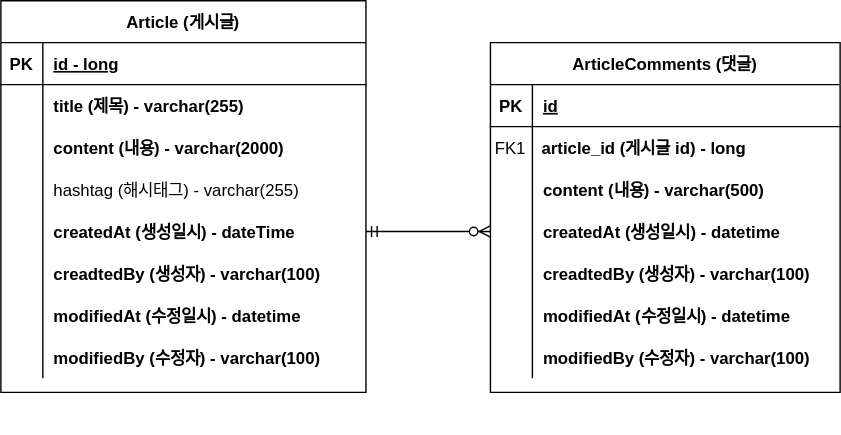
Above: document/project-board-erd.svg in waonderboy/project-board-spring (draw.io), before the change. Source tidied: cells renumbered, new cells last; positions are measured from the earlier drawing's top-left corner, leaving out a move shared by most shapes.
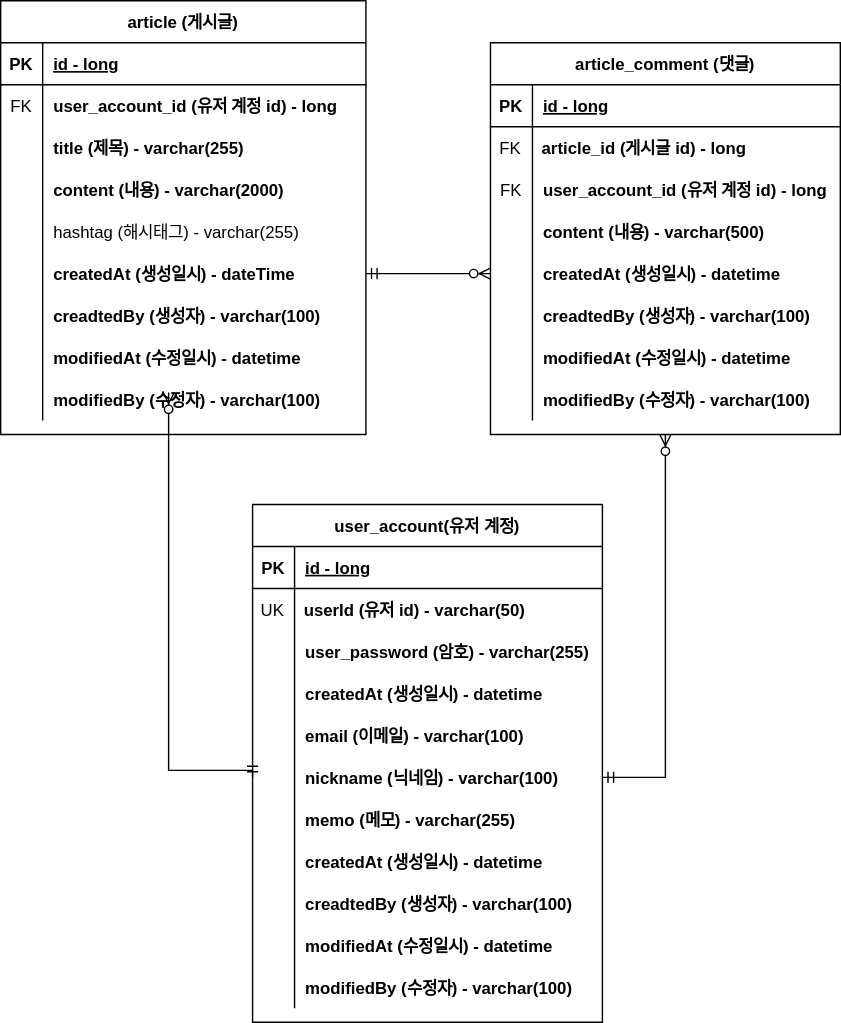
Above is the later version.

Commit message:
ERD 유저계정 테이블 추가

Diff of the diagram source:
```diff
@@ -2,8 +2,8 @@
   <root>
     <mxCell id="0" />
     <mxCell id="1" parent="0" />
-    <mxCell id="2" value="Article (게시글)" style="shape=table;startSize=30;rowLines=0;fontStyle=1;align=center;" parent="1" vertex="1">
-      <mxGeometry width="261" height="280" as="geometry" />
+    <mxCell id="2" value="article (게시글)" style="shape=table;startSize=30;rowLines=0;fontStyle=1;align=center;" parent="1" vertex="1">
+      <mxGeometry width="261" height="310" as="geometry" />
     </mxCell>
     <mxCell id="3" style="shape=partialRectangle;fillColor=none;top=0;left=0;right=0;bottom=1;" parent="2" vertex="1">
       <mxGeometry y="30" width="261" height="30" as="geometry" />
@@ -17,14 +17,23 @@
     <mxCell id="6" style="shape=partialRectangle;fillColor=none;top=0;left=0;right=0;bottom=0;fontStyle=1;" parent="2" vertex="1">
       <mxGeometry y="60" width="261" height="30" as="geometry" />
     </mxCell>
-    <mxCell id="7" style="shape=partialRectangle;overflow=hidden;fillColor=none;top=0;left=0;bottom=0;right=0;" parent="6" vertex="1">
+    <mxCell id="7" value="FK" style="shape=partialRectangle;overflow=hidden;fillColor=none;top=0;left=0;bottom=0;right=0;" parent="6" vertex="1">
       <mxGeometry width="30" height="30" as="geometry" />
     </mxCell>
-    <mxCell id="8" value="title (제목) - varchar(255)" style="shape=partialRectangle;overflow=hidden;fillColor=none;top=0;left=0;bottom=0;right=0;align=left;spacingLeft=6;fontStyle=1;" parent="6" vertex="1">
+    <mxCell id="8" value="user_account_id (유저 계정 id) - long" style="shape=partialRectangle;overflow=hidden;fillColor=none;top=0;left=0;bottom=0;right=0;align=left;spacingLeft=6;fontStyle=1;" parent="6" vertex="1">
       <mxGeometry x="30" width="231" height="30" as="geometry" />
     </mxCell>
+    <mxCell id="54" style="shape=partialRectangle;fillColor=none;top=0;left=0;right=0;bottom=0;fontStyle=1;" parent="2" vertex="1">
+      <mxGeometry y="90" width="261" height="30" as="geometry" />
+    </mxCell>
+    <mxCell id="55" style="shape=partialRectangle;overflow=hidden;fillColor=none;top=0;left=0;bottom=0;right=0;" parent="54" vertex="1">
+      <mxGeometry width="30" height="30" as="geometry" />
+    </mxCell>
+    <mxCell id="56" value="title (제목) - varchar(255)" style="shape=partialRectangle;overflow=hidden;fillColor=none;top=0;left=0;bottom=0;right=0;align=left;spacingLeft=6;fontStyle=1;" parent="54" vertex="1">
+      <mxGeometry x="30" width="231" height="30" as="geometry" />
+    </mxCell>
     <mxCell id="9" style="shape=partialRectangle;fillColor=none;top=0;left=0;right=0;bottom=0;" parent="2" vertex="1">
-      <mxGeometry y="90" width="261" height="30" as="geometry" />
+      <mxGeometry y="120" width="261" height="30" as="geometry" />
     </mxCell>
     <mxCell id="10" style="shape=partialRectangle;overflow=hidden;fillColor=none;top=0;left=0;bottom=0;right=0;" parent="9" vertex="1">
       <mxGeometry width="30" height="30" as="geometry" />
@@ -33,7 +42,7 @@
       <mxGeometry x="30" width="231" height="30" as="geometry" />
     </mxCell>
     <mxCell id="12" style="shape=partialRectangle;fillColor=none;top=0;left=0;right=0;bottom=0;" parent="2" vertex="1">
-      <mxGeometry y="120" width="261" height="30" as="geometry" />
+      <mxGeometry y="150" width="261" height="30" as="geometry" />
     </mxCell>
     <mxCell id="13" style="shape=partialRectangle;overflow=hidden;fillColor=none;top=0;left=0;bottom=0;right=0;" parent="12" vertex="1">
       <mxGeometry width="30" height="30" as="geometry" />
@@ -42,7 +51,7 @@
       <mxGeometry x="30" width="231" height="30" as="geometry" />
     </mxCell>
     <mxCell id="15" style="shape=partialRectangle;fillColor=none;points=[[0,0.5],[1,0.5]];portConstraint=eastwest;top=0;left=0;right=0;bottom=0;" parent="2" vertex="1">
-      <mxGeometry y="150" width="261" height="30" as="geometry" />
+      <mxGeometry y="180" width="261" height="30" as="geometry" />
     </mxCell>
     <mxCell id="16" style="shape=partialRectangle;overflow=hidden;fillColor=none;top=0;left=0;bottom=0;right=0;" parent="15" vertex="1">
       <mxGeometry width="30" height="30" as="geometry" />
@@ -51,7 +60,7 @@
       <mxGeometry x="30" width="231" height="30" as="geometry" />
     </mxCell>
     <mxCell id="18" style="shape=partialRectangle;fillColor=none;top=0;left=0;right=0;bottom=0;" parent="2" vertex="1">
-      <mxGeometry y="180" width="261" height="30" as="geometry" />
+      <mxGeometry y="210" width="261" height="30" as="geometry" />
     </mxCell>
     <mxCell id="19" style="shape=partialRectangle;overflow=hidden;fillColor=none;top=0;left=0;bottom=0;right=0;" parent="18" vertex="1">
       <mxGeometry width="30" height="30" as="geometry" />
@@ -60,7 +69,7 @@
       <mxGeometry x="30" width="231" height="30" as="geometry" />
     </mxCell>
     <mxCell id="21" style="shape=partialRectangle;fillColor=none;top=0;left=0;right=0;bottom=0;" parent="2" vertex="1">
-      <mxGeometry y="210" width="261" height="30" as="geometry" />
+      <mxGeometry y="240" width="261" height="30" as="geometry" />
     </mxCell>
     <mxCell id="22" style="shape=partialRectangle;overflow=hidden;fillColor=none;top=0;left=0;bottom=0;right=0;" parent="21" vertex="1">
       <mxGeometry width="30" height="30" as="geometry" />
@@ -69,7 +78,7 @@
       <mxGeometry x="30" width="231" height="30" as="geometry" />
     </mxCell>
     <mxCell id="24" style="shape=partialRectangle;fillColor=none;top=0;left=0;right=0;bottom=0;" parent="2" vertex="1">
-      <mxGeometry y="240" width="261" height="30" as="geometry" />
+      <mxGeometry y="270" width="261" height="30" as="geometry" />
     </mxCell>
     <mxCell id="25" style="shape=partialRectangle;overflow=hidden;fillColor=none;top=0;left=0;bottom=0;right=0;" parent="24" vertex="1">
       <mxGeometry width="30" height="30" as="geometry" />
@@ -80,8 +89,8 @@
     <mxCell id="27" style="group;" parent="1" vertex="1">
       <mxGeometry x="350" y="30" width="250" height="280" as="geometry" />
     </mxCell>
-    <mxCell id="28" value="ArticleComments (댓글)" style="shape=table;startSize=30;rowLines=0;fontStyle=1;align=center;" parent="27" vertex="1">
-      <mxGeometry width="250" height="250" as="geometry" />
+    <mxCell id="28" value="article_comment (댓글)" style="shape=table;startSize=30;rowLines=0;fontStyle=1;align=center;" parent="27" vertex="1">
+      <mxGeometry width="250" height="280" as="geometry" />
     </mxCell>
     <mxCell id="29" style="shape=partialRectangle;fillColor=none;top=0;left=0;right=0;bottom=1;" parent="28" vertex="1">
       <mxGeometry y="30" width="250" height="30" as="geometry" />
@@ -89,7 +98,7 @@
     <mxCell id="30" value="PK" style="shape=partialRectangle;overflow=hidden;fillColor=none;top=0;left=0;bottom=0;right=0;fontStyle=1;" parent="29" vertex="1">
       <mxGeometry width="30" height="30" as="geometry" />
     </mxCell>
-    <mxCell id="31" value="id" style="shape=partialRectangle;overflow=hidden;fillColor=none;top=0;left=0;bottom=0;right=0;align=left;spacingLeft=6;fontStyle=5;" parent="29" vertex="1">
+    <mxCell id="31" value="id - long" style="shape=partialRectangle;overflow=hidden;fillColor=none;top=0;left=0;bottom=0;right=0;align=left;spacingLeft=6;fontStyle=5;" parent="29" vertex="1">
       <mxGeometry x="30" width="220" height="30" as="geometry" />
     </mxCell>
     <mxCell id="32" style="shape=partialRectangle;fillColor=none;top=0;left=0;right=0;bottom=0;" parent="28" vertex="1">
@@ -104,14 +113,23 @@
     <mxCell id="35" style="shape=partialRectangle;fillColor=none;top=0;left=0;right=0;bottom=0;" parent="28" vertex="1">
       <mxGeometry y="90" width="250" height="30" as="geometry" />
     </mxCell>
-    <mxCell id="36" style="shape=partialRectangle;overflow=hidden;fillColor=none;top=0;left=0;bottom=0;right=0;" parent="35" vertex="1">
+    <mxCell id="36" value="FK" style="shape=partialRectangle;overflow=hidden;fillColor=none;top=0;left=0;bottom=0;right=0;" parent="35" vertex="1">
       <mxGeometry width="30" height="30" as="geometry" />
     </mxCell>
-    <mxCell id="37" value="content (내용) - varchar(500)" style="shape=partialRectangle;overflow=hidden;fillColor=none;top=0;left=0;bottom=0;right=0;align=left;spacingLeft=6;fontStyle=1;" parent="35" vertex="1">
+    <mxCell id="37" value="user_account_id (유저 계정 id) - long" style="shape=partialRectangle;overflow=hidden;fillColor=none;top=0;left=0;bottom=0;right=0;align=left;spacingLeft=6;fontStyle=1;" parent="35" vertex="1">
       <mxGeometry x="30" width="220" height="30" as="geometry" />
     </mxCell>
+    <mxCell id="57" style="shape=partialRectangle;fillColor=none;top=0;left=0;right=0;bottom=0;" parent="28" vertex="1">
+      <mxGeometry y="120" width="250" height="30" as="geometry" />
+    </mxCell>
+    <mxCell id="58" style="shape=partialRectangle;overflow=hidden;fillColor=none;top=0;left=0;bottom=0;right=0;" parent="57" vertex="1">
+      <mxGeometry width="30" height="30" as="geometry" />
+    </mxCell>
+    <mxCell id="59" value="content (내용) - varchar(500)" style="shape=partialRectangle;overflow=hidden;fillColor=none;top=0;left=0;bottom=0;right=0;align=left;spacingLeft=6;fontStyle=1;" parent="57" vertex="1">
+      <mxGeometry x="30" width="220" height="30" as="geometry" />
+    </mxCell>
     <mxCell id="38" style="shape=partialRectangle;fillColor=none;points=[[0,0.5],[1,0.5]];portConstraint=eastwest;top=0;left=0;right=0;bottom=0;" parent="28" vertex="1">
-      <mxGeometry y="120" width="250" height="30" as="geometry" />
+      <mxGeometry y="150" width="250" height="30" as="geometry" />
     </mxCell>
     <mxCell id="39" style="shape=partialRectangle;overflow=hidden;fillColor=none;top=0;left=0;bottom=0;right=0;" parent="38" vertex="1">
       <mxGeometry width="30" height="30" as="geometry" />
@@ -120,7 +138,7 @@
       <mxGeometry x="30" width="220" height="30" as="geometry" />
     </mxCell>
     <mxCell id="41" style="shape=partialRectangle;fillColor=none;top=0;left=0;right=0;bottom=0;" parent="28" vertex="1">
-      <mxGeometry y="150" width="250" height="30" as="geometry" />
+      <mxGeometry y="180" width="250" height="30" as="geometry" />
     </mxCell>
     <mxCell id="42" style="shape=partialRectangle;overflow=hidden;fillColor=none;top=0;left=0;bottom=0;right=0;" parent="41" vertex="1">
       <mxGeometry width="30" height="30" as="geometry" />
@@ -129,7 +147,7 @@
       <mxGeometry x="30" width="220" height="30" as="geometry" />
     </mxCell>
     <mxCell id="44" style="shape=partialRectangle;fillColor=none;top=0;left=0;right=0;bottom=0;" parent="28" vertex="1">
-      <mxGeometry y="180" width="250" height="30" as="geometry" />
+      <mxGeometry y="210" width="250" height="30" as="geometry" />
     </mxCell>
     <mxCell id="45" style="shape=partialRectangle;overflow=hidden;fillColor=none;top=0;left=0;bottom=0;right=0;" parent="44" vertex="1">
       <mxGeometry width="30" height="30" as="geometry" />
@@ -138,7 +156,7 @@
       <mxGeometry x="30" width="220" height="30" as="geometry" />
     </mxCell>
     <mxCell id="47" style="shape=partialRectangle;fillColor=none;top=0;left=0;right=0;bottom=0;" parent="28" vertex="1">
-      <mxGeometry y="210" width="250" height="30" as="geometry" />
+      <mxGeometry y="240" width="250" height="30" as="geometry" />
     </mxCell>
     <mxCell id="48" style="shape=partialRectangle;overflow=hidden;fillColor=none;top=0;left=0;bottom=0;right=0;" parent="47" vertex="1">
       <mxGeometry width="30" height="30" as="geometry" />
@@ -149,7 +167,7 @@
     <mxCell id="50" style="shape=partialRectangle;fillColor=none;top=0;left=0;right=0;bottom=0;" parent="27" vertex="1">
       <mxGeometry y="60" width="250" height="30" as="geometry" />
     </mxCell>
-    <mxCell id="51" value="FK1" style="shape=partialRectangle;overflow=hidden;fillColor=none;top=0;left=0;bottom=0;right=0;" parent="50" vertex="1">
+    <mxCell id="51" value="FK" style="shape=partialRectangle;overflow=hidden;fillColor=none;top=0;left=0;bottom=0;right=0;" parent="50" vertex="1">
       <mxGeometry width="29" height="30" as="geometry" />
     </mxCell>
     <mxCell id="52" value="article_id (게시글 id) - long" style="shape=partialRectangle;overflow=hidden;fillColor=none;top=0;left=0;bottom=0;right=0;align=left;spacingLeft=6;fontStyle=1;" parent="50" vertex="1">
@@ -158,5 +176,130 @@
     <mxCell id="53" style="edgeStyle=entityRelationEdgeStyle;fontSize=12;html=1;endArrow=ERzeroToMany;startArrow=ERmandOne;rounded=0;entryX=0;entryY=0.5;entryDx=0;entryDy=0;exitX=1;exitY=0.5;exitDx=0;exitDy=0;" parent="1" edge="1" source="15" target="38">
       <mxGeometry relative="1" as="geometry" />
     </mxCell>
+    <mxCell id="60" style="group;" parent="1" vertex="1">
+      <mxGeometry x="180" y="360" width="250" height="280" as="geometry" />
+    </mxCell>
+    <mxCell id="61" value="user_account(유저 계정)" style="shape=table;startSize=30;rowLines=0;fontStyle=1;align=center;" parent="60" vertex="1">
+      <mxGeometry width="250" height="370" as="geometry" />
+    </mxCell>
+    <mxCell id="62" style="shape=partialRectangle;fillColor=none;top=0;left=0;right=0;bottom=1;" parent="61" vertex="1">
+      <mxGeometry y="30" width="250" height="30" as="geometry" />
+    </mxCell>
+    <mxCell id="63" value="PK" style="shape=partialRectangle;overflow=hidden;fillColor=none;top=0;left=0;bottom=0;right=0;fontStyle=1;" parent="62" vertex="1">
+      <mxGeometry width="30" height="30" as="geometry" />
+    </mxCell>
+    <mxCell id="64" value="id - long" style="shape=partialRectangle;overflow=hidden;fillColor=none;top=0;left=0;bottom=0;right=0;align=left;spacingLeft=6;fontStyle=5;" parent="62" vertex="1">
+      <mxGeometry x="30" width="220" height="30" as="geometry" />
+    </mxCell>
+    <mxCell id="65" style="shape=partialRectangle;fillColor=none;top=0;left=0;right=0;bottom=0;" parent="61" vertex="1">
+      <mxGeometry y="60" width="250" height="30" as="geometry" />
+    </mxCell>
+    <mxCell id="66" style="shape=partialRectangle;overflow=hidden;fillColor=none;top=0;left=0;bottom=0;right=0;" parent="65" vertex="1">
+      <mxGeometry width="30" height="30" as="geometry" />
+    </mxCell>
+    <mxCell id="67" style="shape=partialRectangle;overflow=hidden;fillColor=none;top=0;left=0;bottom=0;right=0;align=left;spacingLeft=6;" parent="65" vertex="1">
+      <mxGeometry x="30" width="220" height="30" as="geometry" />
+    </mxCell>
+    <mxCell id="68" style="shape=partialRectangle;fillColor=none;top=0;left=0;right=0;bottom=0;" parent="61" vertex="1">
+      <mxGeometry y="90" width="250" height="30" as="geometry" />
+    </mxCell>
+    <mxCell id="69" style="shape=partialRectangle;overflow=hidden;fillColor=none;top=0;left=0;bottom=0;right=0;" parent="68" vertex="1">
+      <mxGeometry width="30" height="30" as="geometry" />
+    </mxCell>
+    <mxCell id="70" value="user_password (암호) - varchar(255)" style="shape=partialRectangle;overflow=hidden;fillColor=none;top=0;left=0;bottom=0;right=0;align=left;spacingLeft=6;fontStyle=1;" parent="68" vertex="1">
+      <mxGeometry x="30" width="220" height="30" as="geometry" />
+    </mxCell>
+    <mxCell id="71" style="shape=partialRectangle;fillColor=none;top=0;left=0;right=0;bottom=0;" parent="61" vertex="1">
+      <mxGeometry y="120" width="250" height="30" as="geometry" />
+    </mxCell>
+    <mxCell id="72" style="shape=partialRectangle;overflow=hidden;fillColor=none;top=0;left=0;bottom=0;right=0;" parent="71" vertex="1">
+      <mxGeometry width="30" height="30" as="geometry" />
+    </mxCell>
+    <mxCell id="73" value="createdAt (생성일시) - datetime" style="shape=partialRectangle;overflow=hidden;fillColor=none;top=0;left=0;bottom=0;right=0;align=left;spacingLeft=6;fontStyle=1;" parent="71" vertex="1">
+      <mxGeometry x="30" width="220" height="30" as="geometry" />
+    </mxCell>
+    <mxCell id="74" style="shape=partialRectangle;fillColor=none;top=0;left=0;right=0;bottom=0;" parent="61" vertex="1">
+      <mxGeometry y="150" width="250" height="30" as="geometry" />
+    </mxCell>
+    <mxCell id="75" style="shape=partialRectangle;overflow=hidden;fillColor=none;top=0;left=0;bottom=0;right=0;" parent="74" vertex="1">
+      <mxGeometry width="30" height="30" as="geometry" />
+    </mxCell>
+    <mxCell id="76" value="email (이메일) - varchar(100)" style="shape=partialRectangle;overflow=hidden;fillColor=none;top=0;left=0;bottom=0;right=0;align=left;spacingLeft=6;fontStyle=1;" parent="74" vertex="1">
+      <mxGeometry x="30" width="220" height="30" as="geometry" />
+    </mxCell>
+    <mxCell id="77" style="shape=partialRectangle;fillColor=none;points=[[0,0.5],[1,0.5]];portConstraint=eastwest;top=0;left=0;right=0;bottom=0;" parent="61" vertex="1">
+      <mxGeometry y="180" width="250" height="30" as="geometry" />
+    </mxCell>
+    <mxCell id="78" style="shape=partialRectangle;overflow=hidden;fillColor=none;top=0;left=0;bottom=0;right=0;" parent="77" vertex="1">
+      <mxGeometry width="30" height="30" as="geometry" />
+    </mxCell>
+    <mxCell id="79" value="nickname (닉네임) - varchar(100)" style="shape=partialRectangle;overflow=hidden;fillColor=none;top=0;left=0;bottom=0;right=0;align=left;spacingLeft=6;fontStyle=1;" parent="77" vertex="1">
+      <mxGeometry x="30" width="220" height="30" as="geometry" />
+    </mxCell>
+    <mxCell id="80" style="shape=partialRectangle;fillColor=none;top=0;left=0;right=0;bottom=0;" parent="61" vertex="1">
+      <mxGeometry y="210" width="250" height="30" as="geometry" />
+    </mxCell>
+    <mxCell id="81" style="shape=partialRectangle;overflow=hidden;fillColor=none;top=0;left=0;bottom=0;right=0;" parent="80" vertex="1">
+      <mxGeometry width="30" height="30" as="geometry" />
+    </mxCell>
+    <mxCell id="82" value="memo (메모) - varchar(255)" style="shape=partialRectangle;overflow=hidden;fillColor=none;top=0;left=0;bottom=0;right=0;align=left;spacingLeft=6;fontStyle=1;" parent="80" vertex="1">
+      <mxGeometry x="30" width="220" height="30" as="geometry" />
+    </mxCell>
+    <mxCell id="83" style="shape=partialRectangle;fillColor=none;top=0;left=0;right=0;bottom=0;" parent="61" vertex="1">
+      <mxGeometry y="240" width="250" height="30" as="geometry" />
+    </mxCell>
+    <mxCell id="84" style="shape=partialRectangle;overflow=hidden;fillColor=none;top=0;left=0;bottom=0;right=0;" parent="83" vertex="1">
+      <mxGeometry width="30" height="30" as="geometry" />
+    </mxCell>
+    <mxCell id="85" value="createdAt (생성일시) - datetime" style="shape=partialRectangle;overflow=hidden;fillColor=none;top=0;left=0;bottom=0;right=0;align=left;spacingLeft=6;fontStyle=1;" parent="83" vertex="1">
+      <mxGeometry x="30" width="220" height="30" as="geometry" />
+    </mxCell>
+    <mxCell id="86" style="shape=partialRectangle;fillColor=none;top=0;left=0;right=0;bottom=0;" parent="61" vertex="1">
+      <mxGeometry y="270" width="250" height="30" as="geometry" />
+    </mxCell>
+    <mxCell id="87" style="shape=partialRectangle;overflow=hidden;fillColor=none;top=0;left=0;bottom=0;right=0;" parent="86" vertex="1">
+      <mxGeometry width="30" height="30" as="geometry" />
+    </mxCell>
+    <mxCell id="88" value="creadtedBy (생성자) - varchar(100)" style="shape=partialRectangle;overflow=hidden;fillColor=none;top=0;left=0;bottom=0;right=0;align=left;spacingLeft=6;fontStyle=1;" parent="86" vertex="1">
+      <mxGeometry x="30" width="220" height="30" as="geometry" />
+    </mxCell>
+    <mxCell id="89" style="shape=partialRectangle;fillColor=none;top=0;left=0;right=0;bottom=0;" parent="61" vertex="1">
+      <mxGeometry y="300" width="250" height="30" as="geometry" />
+    </mxCell>
+    <mxCell id="90" style="shape=partialRectangle;overflow=hidden;fillColor=none;top=0;left=0;bottom=0;right=0;" parent="89" vertex="1">
+      <mxGeometry width="30" height="30" as="geometry" />
+    </mxCell>
+    <mxCell id="91" value="modifiedAt (수정일시) - datetime" style="shape=partialRectangle;overflow=hidden;fillColor=none;top=0;left=0;bottom=0;right=0;align=left;spacingLeft=6;fontStyle=1;" parent="89" vertex="1">
+      <mxGeometry x="30" width="220" height="30" as="geometry" />
+    </mxCell>
+    <mxCell id="92" style="shape=partialRectangle;fillColor=none;top=0;left=0;right=0;bottom=0;" parent="61" vertex="1">
+      <mxGeometry y="330" width="250" height="30" as="geometry" />
+    </mxCell>
+    <mxCell id="93" style="shape=partialRectangle;overflow=hidden;fillColor=none;top=0;left=0;bottom=0;right=0;" parent="92" vertex="1">
+      <mxGeometry width="30" height="30" as="geometry" />
+    </mxCell>
+    <mxCell id="94" value="modifiedBy (수정자) - varchar(100)" style="shape=partialRectangle;overflow=hidden;fillColor=none;top=0;left=0;bottom=0;right=0;align=left;spacingLeft=6;fontStyle=1;" parent="92" vertex="1">
+      <mxGeometry x="30" width="220" height="30" as="geometry" />
+    </mxCell>
+    <mxCell id="95" style="shape=partialRectangle;fillColor=none;top=0;left=0;right=0;bottom=0;" parent="60" vertex="1">
+      <mxGeometry y="60" width="250" height="30" as="geometry" />
+    </mxCell>
+    <mxCell id="96" value="UK" style="shape=partialRectangle;overflow=hidden;fillColor=none;top=0;left=0;bottom=0;right=0;" parent="95" vertex="1">
+      <mxGeometry width="29" height="30" as="geometry" />
+    </mxCell>
+    <mxCell id="97" value="userId (유저 id) - varchar(50)" style="shape=partialRectangle;overflow=hidden;fillColor=none;top=0;left=0;bottom=0;right=0;align=left;spacingLeft=6;fontStyle=1;" parent="95" vertex="1">
+      <mxGeometry x="29" width="211" height="30" as="geometry" />
+    </mxCell>
+    <mxCell id="98" style="fontSize=12;html=1;endArrow=ERzeroToMany;startArrow=ERmandOne;rounded=0;exitX=0;exitY=0.5;exitDx=0;exitDy=0;edgeStyle=elbowEdgeStyle;elbow=vertical;" parent="1" edge="1" source="77">
+      <mxGeometry relative="1" as="geometry">
+        <mxPoint x="120" y="280" as="targetPoint" />
+        <Array as="points">
+          <mxPoint x="150" y="550" />
+        </Array>
+      </mxGeometry>
+    </mxCell>
+    <mxCell id="99" style="fontSize=12;html=1;endArrow=ERzeroToMany;startArrow=ERmandOne;rounded=0;exitX=1;exitY=0.5;exitDx=0;exitDy=0;entryX=0.5;entryY=1;entryDx=0;entryDy=0;edgeStyle=orthogonalEdgeStyle;elbow=vertical;" parent="1" edge="1" source="77" target="28">
+      <mxGeometry relative="1" as="geometry" />
+    </mxCell>
   </root>
 </mxGraphModel>
```
